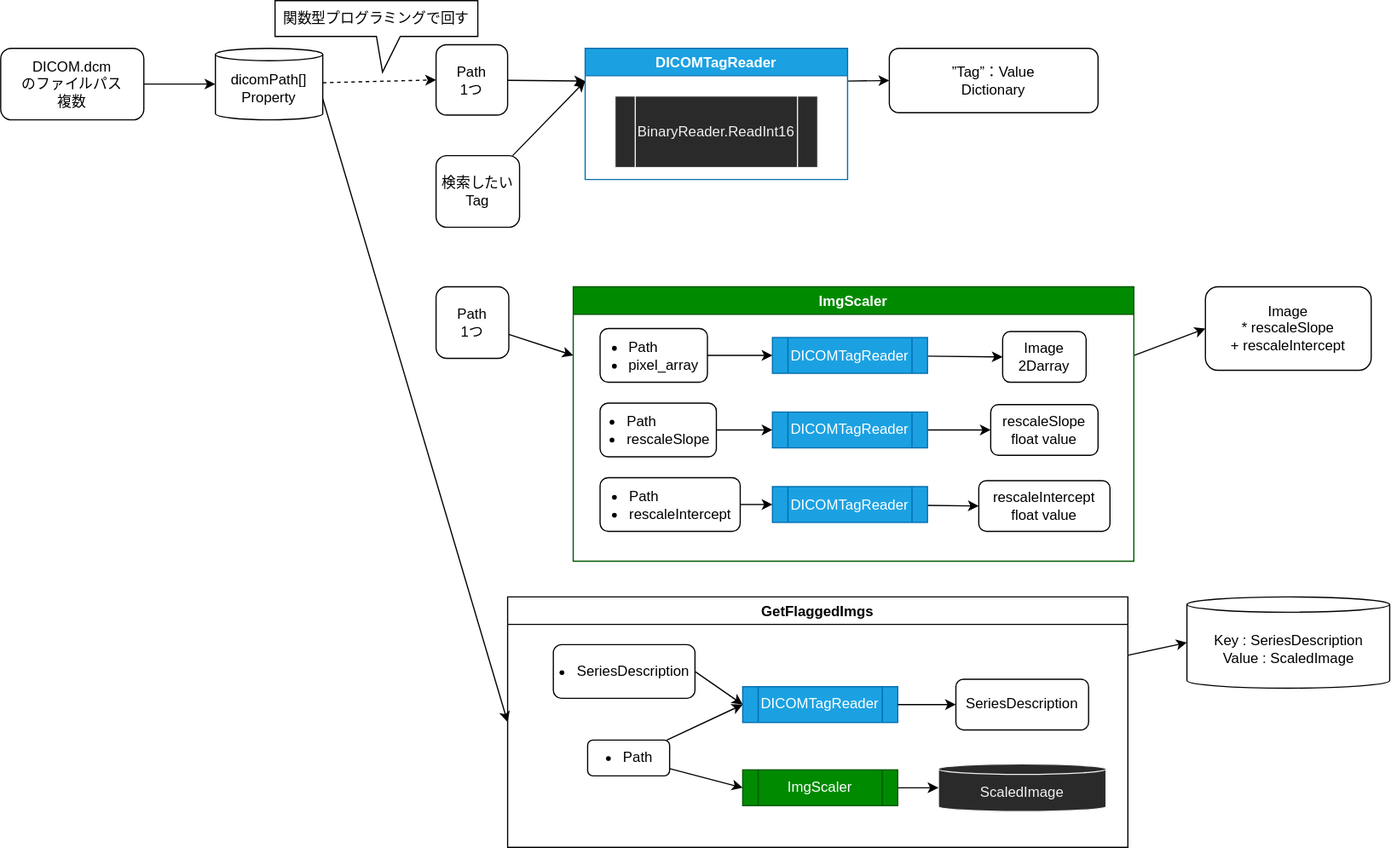
Earlier version of the draw.io export DICOMReader.drawio.svg (nawaday-code/Protector_controller). Source tidied: cells renumbered, new cells last; positions are measured from the earlier drawing's top-left corner, leaving out a move shared by most shapes.
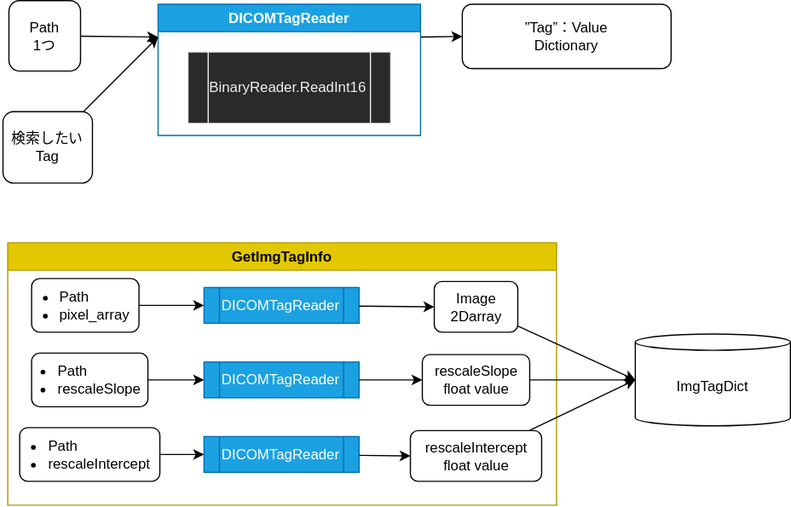
The same file after the commit.

What changed in the source:
```diff
@@ -2,12 +2,6 @@
   <root>
     <mxCell id="0" />
     <mxCell id="1" parent="0" />
-    <mxCell id="2" style="edgeStyle=none;html=1;entryX=0;entryY=0.5;entryDx=0;entryDy=0;entryPerimeter=0;" parent="1" edge="1" source="3" target="9">
-      <mxGeometry relative="1" as="geometry" />
-    </mxCell>
-    <mxCell id="3" value="DICOM.dcm&lt;br&gt;のファイルパス&lt;br&gt;複数" style="rounded=1;whiteSpace=wrap;html=1;" parent="1" vertex="1">
-      <mxGeometry y="40" width="120" height="60" as="geometry" />
-    </mxCell>
     <mxCell id="4" style="edgeStyle=none;html=1;exitX=1;exitY=0.25;exitDx=0;exitDy=0;entryX=0;entryY=0.5;entryDx=0;entryDy=0;startArrow=none;startFill=0;" parent="1" edge="1" source="5" target="32">
       <mxGeometry relative="1" as="geometry" />
     </mxCell>
@@ -17,134 +11,80 @@
     <mxCell id="6" value="BinaryReader.ReadInt16" style="shape=process;whiteSpace=wrap;html=1;backgroundOutline=1;fontFamily=Helvetica;fontSize=12;fontColor=#f0f0f0;align=center;strokeColor=#f0f0f0;fillColor=#2a2a2a;" parent="5" vertex="1">
       <mxGeometry x="25" y="40" width="170" height="60" as="geometry" />
     </mxCell>
-    <mxCell id="7" style="edgeStyle=none;html=1;entryX=0;entryY=0.5;entryDx=0;entryDy=0;startArrow=none;startFill=0;dashed=1;" parent="1" edge="1" source="9" target="11">
-      <mxGeometry relative="1" as="geometry" />
-    </mxCell>
-    <mxCell id="8" style="edgeStyle=none;html=1;exitX=1;exitY=0;exitDx=0;exitDy=42.399993896484375;exitPerimeter=0;entryX=0;entryY=0.5;entryDx=0;entryDy=0;" parent="1" edge="1" source="9" target="37">
-      <mxGeometry relative="1" as="geometry" />
-    </mxCell>
-    <mxCell id="9" value="dicomPath[]&lt;br&gt;Property" style="shape=cylinder3;whiteSpace=wrap;html=1;boundedLbl=1;backgroundOutline=1;size=5.20001220703125;" parent="1" vertex="1">
-      <mxGeometry x="180" y="40" width="90" height="60" as="geometry" />
-    </mxCell>
     <mxCell id="10" style="edgeStyle=none;html=1;entryX=0;entryY=0.25;entryDx=0;entryDy=0;" parent="1" edge="1" source="11" target="5">
       <mxGeometry relative="1" as="geometry" />
     </mxCell>
     <mxCell id="11" value="Path&lt;br&gt;1つ" style="rounded=1;whiteSpace=wrap;html=1;" parent="1" vertex="1">
       <mxGeometry x="365" y="37" width="60" height="59" as="geometry" />
     </mxCell>
-    <mxCell id="12" value="関数型プログラミングで回す" style="shape=callout;whiteSpace=wrap;html=1;perimeter=calloutPerimeter;position2=0.53;" parent="1" vertex="1">
-      <mxGeometry x="230" width="170" height="60" as="geometry" />
-    </mxCell>
     <mxCell id="13" style="edgeStyle=none;html=1;entryX=0;entryY=0.25;entryDx=0;entryDy=0;startArrow=none;startFill=0;" parent="1" edge="1" source="14" target="5">
       <mxGeometry relative="1" as="geometry" />
     </mxCell>
     <mxCell id="14" value="検索したいTag" style="rounded=1;whiteSpace=wrap;html=1;" parent="1" vertex="1">
-      <mxGeometry x="365" y="130" width="70" height="60" as="geometry" />
+      <mxGeometry x="360" y="130" width="75" height="60" as="geometry" />
     </mxCell>
-    <mxCell id="15" style="edgeStyle=none;html=1;exitX=1;exitY=0.25;exitDx=0;exitDy=0;entryX=0;entryY=0.5;entryDx=0;entryDy=0;startArrow=none;startFill=0;" parent="1" edge="1" source="16" target="35">
-      <mxGeometry relative="1" as="geometry" />
-    </mxCell>
-    <mxCell id="16" value="ImgScaler" style="swimlane;fillColor=#008a00;strokeColor=#005700;fontColor=#ffffff;" parent="1" vertex="1">
-      <mxGeometry x="480" y="240" width="470" height="230" as="geometry" />
-    </mxCell>
-    <mxCell id="17" style="edgeStyle=none;html=1;entryX=0;entryY=0.5;entryDx=0;entryDy=0;startArrow=none;startFill=0;" parent="16" edge="1" source="18" target="29">
-      <mxGeometry relative="1" as="geometry" />
-    </mxCell>
-    <mxCell id="18" value="DICOMTagReader" style="shape=process;whiteSpace=wrap;html=1;backgroundOutline=1;fillColor=#1ba1e2;strokeColor=#006EAF;fontColor=#ffffff;" parent="16" vertex="1">
-      <mxGeometry x="167" y="42.5" width="130" height="30" as="geometry" />
-    </mxCell>
-    <mxCell id="19" style="edgeStyle=none;html=1;exitX=1;exitY=0.5;exitDx=0;exitDy=0;entryX=0;entryY=0.5;entryDx=0;entryDy=0;startArrow=none;startFill=0;" parent="16" edge="1" source="20" target="18">
-      <mxGeometry relative="1" as="geometry" />
-    </mxCell>
+    <mxCell id="32" value="”Tag”：Value&lt;br&gt;Dictionary" style="rounded=1;whiteSpace=wrap;html=1;" parent="1" vertex="1">
+      <mxGeometry x="745" y="40" width="175" height="54" as="geometry" />
+    </mxCell>
+    <mxCell id="50" value="GetImgTagInfo" style="swimlane;fillColor=#e3c800;strokeColor=#B09500;fontColor=#000000;" parent="1" vertex="1">
+      <mxGeometry x="364" y="240" width="460" height="220" as="geometry" />
+    </mxCell>
+    <mxCell id="47" value="DICOMTagReader" style="shape=process;whiteSpace=wrap;html=1;backgroundOutline=1;fillColor=#1ba1e2;strokeColor=#006EAF;fontColor=#ffffff;" parent="50" vertex="1">
+      <mxGeometry x="164.5" y="162.5" width="130" height="30" as="geometry" />
+    </mxCell>
+    <mxCell id="31" value="rescaleIntercept&lt;br&gt;float value" style="rounded=1;whiteSpace=wrap;html=1;" parent="50" vertex="1">
+      <mxGeometry x="337.5" y="157.5" width="110" height="42.5" as="geometry" />
+    </mxCell>
+    <mxCell id="51" style="edgeStyle=none;html=1;entryX=0;entryY=0.5;entryDx=0;entryDy=0;" parent="50" edge="1" source="47" target="31">
+      <mxGeometry relative="1" as="geometry" />
+    </mxCell>
-    <mxCell id="20" value="&lt;ul&gt;&lt;li style=&quot;text-align: left&quot;&gt;&lt;span&gt;Path&lt;/span&gt;&lt;/li&gt;&lt;li style=&quot;text-align: left&quot;&gt;pixel_array&lt;/li&gt;&lt;/ul&gt;" style="rounded=1;whiteSpace=wrap;html=1;labelPosition=center;verticalLabelPosition=middle;align=center;verticalAlign=middle;textDirection=ltr;spacing=2;spacingLeft=-24;" parent="16" vertex="1">
-      <mxGeometry x="22.5" y="35" width="90" height="45" as="geometry" />
+    <mxCell id="20" value="&lt;ul&gt;&lt;li style=&quot;text-align: left&quot;&gt;&lt;span&gt;Path&lt;/span&gt;&lt;/li&gt;&lt;li style=&quot;text-align: left&quot;&gt;pixel_array&lt;/li&gt;&lt;/ul&gt;" style="rounded=1;whiteSpace=wrap;html=1;labelPosition=center;verticalLabelPosition=middle;align=center;verticalAlign=middle;textDirection=ltr;spacing=2;spacingLeft=-24;" parent="50" vertex="1">
+      <mxGeometry x="20" y="30" width="90" height="45" as="geometry" />
     </mxCell>
-    <mxCell id="21" style="edgeStyle=none;html=1;entryX=0;entryY=0.5;entryDx=0;entryDy=0;startArrow=none;startFill=0;" parent="16" edge="1" source="22" target="30">
-      <mxGeometry relative="1" as="geometry" />
-    </mxCell>
-    <mxCell id="22" value="DICOMTagReader" style="shape=process;whiteSpace=wrap;html=1;backgroundOutline=1;fillColor=#1ba1e2;strokeColor=#006EAF;fontColor=#ffffff;" parent="16" vertex="1">
-      <mxGeometry x="167" y="105" width="130" height="30" as="geometry" />
-    </mxCell>
-    <mxCell id="23" style="edgeStyle=none;html=1;exitX=1;exitY=0.5;exitDx=0;exitDy=0;entryX=0;entryY=0.5;entryDx=0;entryDy=0;startArrow=none;startFill=0;" parent="16" edge="1" source="24" target="22">
-      <mxGeometry relative="1" as="geometry" />
-    </mxCell>
+    <mxCell id="52" value="DICOMTagReader" style="shape=process;whiteSpace=wrap;html=1;backgroundOutline=1;fillColor=#1ba1e2;strokeColor=#006EAF;fontColor=#ffffff;" parent="50" vertex="1">
+      <mxGeometry x="164.5" y="37.5" width="130" height="30" as="geometry" />
+    </mxCell>
+    <mxCell id="53" style="edgeStyle=none;html=1;" parent="50" edge="1" source="20" target="52">
+      <mxGeometry relative="1" as="geometry" />
+    </mxCell>
+    <mxCell id="29" value="Image&lt;br&gt;2Darray" style="rounded=1;whiteSpace=wrap;html=1;" parent="50" vertex="1">
+      <mxGeometry x="357.5" y="32.5" width="70" height="42.5" as="geometry" />
+    </mxCell>
+    <mxCell id="54" style="edgeStyle=none;html=1;entryX=0;entryY=0.5;entryDx=0;entryDy=0;" parent="50" edge="1" source="52" target="29">
+      <mxGeometry relative="1" as="geometry" />
+    </mxCell>
-    <mxCell id="24" value="&lt;ul&gt;&lt;li style=&quot;text-align: left&quot;&gt;&lt;span&gt;Path&lt;/span&gt;&lt;/li&gt;&lt;li style=&quot;text-align: left&quot;&gt;rescaleSlope&lt;/li&gt;&lt;/ul&gt;" style="rounded=1;whiteSpace=wrap;html=1;labelPosition=center;verticalLabelPosition=middle;align=center;verticalAlign=middle;textDirection=ltr;spacing=2;spacingLeft=-24;" parent="16" vertex="1">
-      <mxGeometry x="22.5" y="97.5" width="97.5" height="45" as="geometry" />
+    <mxCell id="24" value="&lt;ul&gt;&lt;li style=&quot;text-align: left&quot;&gt;&lt;span&gt;Path&lt;/span&gt;&lt;/li&gt;&lt;li style=&quot;text-align: left&quot;&gt;rescaleSlope&lt;/li&gt;&lt;/ul&gt;" style="rounded=1;whiteSpace=wrap;html=1;labelPosition=center;verticalLabelPosition=middle;align=center;verticalAlign=middle;textDirection=ltr;spacing=2;spacingLeft=-24;" parent="50" vertex="1">
+      <mxGeometry x="20" y="92.5" width="97.5" height="45" as="geometry" />
     </mxCell>
-    <mxCell id="25" style="edgeStyle=none;html=1;entryX=0;entryY=0.5;entryDx=0;entryDy=0;startArrow=none;startFill=0;" parent="16" edge="1" source="26" target="31">
-      <mxGeometry relative="1" as="geometry" />
-    </mxCell>
-    <mxCell id="26" value="DICOMTagReader" style="shape=process;whiteSpace=wrap;html=1;backgroundOutline=1;fillColor=#1ba1e2;strokeColor=#006EAF;fontColor=#ffffff;" parent="16" vertex="1">
-      <mxGeometry x="167" y="167.5" width="130" height="30" as="geometry" />
-    </mxCell>
-    <mxCell id="27" style="edgeStyle=none;html=1;exitX=1;exitY=0.5;exitDx=0;exitDy=0;entryX=0;entryY=0.5;entryDx=0;entryDy=0;startArrow=none;startFill=0;" parent="16" edge="1" source="28" target="26">
-      <mxGeometry relative="1" as="geometry" />
-    </mxCell>
+    <mxCell id="55" value="DICOMTagReader" style="shape=process;whiteSpace=wrap;html=1;backgroundOutline=1;fillColor=#1ba1e2;strokeColor=#006EAF;fontColor=#ffffff;" parent="50" vertex="1">
+      <mxGeometry x="164.5" y="100" width="130" height="30" as="geometry" />
+    </mxCell>
+    <mxCell id="56" style="edgeStyle=none;html=1;entryX=0;entryY=0.5;entryDx=0;entryDy=0;" parent="50" edge="1" source="24" target="55">
+      <mxGeometry relative="1" as="geometry" />
+    </mxCell>
+    <mxCell id="30" value="rescaleSlope&lt;br&gt;float value" style="rounded=1;whiteSpace=wrap;html=1;" parent="50" vertex="1">
+      <mxGeometry x="347.5" y="93.8" width="90" height="42.5" as="geometry" />
+    </mxCell>
+    <mxCell id="57" style="edgeStyle=none;html=1;entryX=0;entryY=0.5;entryDx=0;entryDy=0;" parent="50" edge="1" source="55" target="30">
+      <mxGeometry relative="1" as="geometry" />
+    </mxCell>
+    <mxCell id="58" style="edgeStyle=none;html=1;entryX=0;entryY=0.5;entryDx=0;entryDy=0;" parent="50" edge="1" source="28" target="47">
+      <mxGeometry relative="1" as="geometry" />
+    </mxCell>
-    <mxCell id="28" value="&lt;ul&gt;&lt;li style=&quot;text-align: left&quot;&gt;&lt;span&gt;Path&lt;/span&gt;&lt;/li&gt;&lt;li style=&quot;text-align: left&quot;&gt;rescaleIntercept&lt;/li&gt;&lt;/ul&gt;" style="rounded=1;whiteSpace=wrap;html=1;labelPosition=center;verticalLabelPosition=middle;align=center;verticalAlign=middle;textDirection=ltr;spacing=2;spacingLeft=-24;" parent="16" vertex="1">
-      <mxGeometry x="22.5" y="160" width="117.5" height="45" as="geometry" />
+    <mxCell id="28" value="&lt;ul&gt;&lt;li style=&quot;text-align: left&quot;&gt;&lt;span&gt;Path&lt;/span&gt;&lt;/li&gt;&lt;li style=&quot;text-align: left&quot;&gt;rescaleIntercept&lt;/li&gt;&lt;/ul&gt;" style="rounded=1;whiteSpace=wrap;html=1;labelPosition=center;verticalLabelPosition=middle;align=center;verticalAlign=middle;textDirection=ltr;spacing=2;spacingLeft=-24;" parent="50" vertex="1">
+      <mxGeometry x="10" y="155" width="117.5" height="45" as="geometry" />
     </mxCell>
-    <mxCell id="29" value="Image&lt;br&gt;2Darray" style="rounded=1;whiteSpace=wrap;html=1;" parent="16" vertex="1">
-      <mxGeometry x="360" y="37.5" width="70" height="42.5" as="geometry" />
-    </mxCell>
-    <mxCell id="30" value="rescaleSlope&lt;br&gt;float value" style="rounded=1;whiteSpace=wrap;html=1;" parent="16" vertex="1">
-      <mxGeometry x="350" y="98.8" width="90" height="42.5" as="geometry" />
-    </mxCell>
-    <mxCell id="31" value="rescaleIntercept&lt;br&gt;float value" style="rounded=1;whiteSpace=wrap;html=1;" parent="16" vertex="1">
-      <mxGeometry x="340" y="162.5" width="110" height="42.5" as="geometry" />
-    </mxCell>
-    <mxCell id="32" value="”Tag”：Value&lt;br&gt;Dictionary" style="rounded=1;whiteSpace=wrap;html=1;" parent="1" vertex="1">
-      <mxGeometry x="745" y="40" width="175" height="54" as="geometry" />
-    </mxCell>
-    <mxCell id="33" style="edgeStyle=none;html=1;entryX=0;entryY=0.25;entryDx=0;entryDy=0;startArrow=none;startFill=0;" parent="1" edge="1" source="34" target="16">
-      <mxGeometry relative="1" as="geometry" />
-    </mxCell>
-    <mxCell id="34" value="Path&lt;br&gt;1つ" style="rounded=1;whiteSpace=wrap;html=1;" parent="1" vertex="1">
-      <mxGeometry x="365" y="240" width="61" height="60" as="geometry" />
-    </mxCell>
-    <mxCell id="35" value="Image&lt;br&gt;&amp;nbsp;* rescaleSlope&lt;br&gt;&amp;nbsp;+ rescaleIntercept" style="rounded=1;whiteSpace=wrap;html=1;" parent="1" vertex="1">
-      <mxGeometry x="1010" y="240" width="139" height="70" as="geometry" />
-    </mxCell>
-    <mxCell id="36" style="edgeStyle=none;html=1;entryX=0;entryY=0.5;entryDx=0;entryDy=0;entryPerimeter=0;" parent="1" edge="1" source="37" target="49">
-      <mxGeometry relative="1" as="geometry" />
-    </mxCell>
-    <mxCell id="37" value="GetFlaggedImgs" style="swimlane;" parent="1" vertex="1">
-      <mxGeometry x="425" y="500" width="520" height="210" as="geometry" />
-    </mxCell>
-    <mxCell id="38" value="SeriesDescription" style="rounded=1;whiteSpace=wrap;html=1;" parent="37" vertex="1">
-      <mxGeometry x="375.8" y="69" width="111.2" height="42.5" as="geometry" />
-    </mxCell>
-    <mxCell id="39" value="DICOMTagReader" style="shape=process;whiteSpace=wrap;html=1;backgroundOutline=1;fillColor=#1ba1e2;strokeColor=#006EAF;fontColor=#ffffff;" parent="37" vertex="1">
-      <mxGeometry x="197.1" y="75.2" width="130" height="30" as="geometry" />
-    </mxCell>
-    <mxCell id="40" value="&lt;ul&gt;&lt;li style=&quot;text-align: left&quot;&gt;SeriesDescription&lt;/li&gt;&lt;/ul&gt;" style="rounded=1;whiteSpace=wrap;html=1;labelPosition=center;verticalLabelPosition=middle;align=center;verticalAlign=middle;textDirection=ltr;spacing=2;spacingLeft=-24;" parent="37" vertex="1">
-      <mxGeometry x="38.3" y="40" width="118.8" height="45" as="geometry" />
-    </mxCell>
-    <mxCell id="41" value="ScaledImage" style="shape=cylinder3;whiteSpace=wrap;html=1;boundedLbl=1;backgroundOutline=1;size=4.4000091552734375;fontFamily=Helvetica;fontSize=12;fontColor=#f0f0f0;align=center;strokeColor=#f0f0f0;fillColor=#2a2a2a;" parent="37" vertex="1">
-      <mxGeometry x="361.2" y="140" width="140.5" height="40" as="geometry" />
-    </mxCell>
-    <mxCell id="42" style="edgeStyle=none;html=1;entryX=0;entryY=0.5;entryDx=0;entryDy=0;startArrow=none;startFill=0;" parent="37" edge="1" source="39" target="38">
-      <mxGeometry relative="1" as="geometry" />
-    </mxCell>
-    <mxCell id="43" style="edgeStyle=none;html=1;exitX=1;exitY=0.5;exitDx=0;exitDy=0;entryX=0;entryY=0.5;entryDx=0;entryDy=0;startArrow=none;startFill=0;" parent="37" edge="1" source="40" target="39">
-      <mxGeometry relative="1" as="geometry" />
-    </mxCell>
-    <mxCell id="44" style="edgeStyle=none;html=1;entryX=0;entryY=0.5;entryDx=0;entryDy=0;entryPerimeter=0;" parent="37" edge="1" source="45" target="41">
-      <mxGeometry relative="1" as="geometry" />
-    </mxCell>
-    <mxCell id="45" value="ImgScaler" style="shape=process;whiteSpace=wrap;html=1;backgroundOutline=1;fillColor=#008a00;strokeColor=#005700;fontColor=#ffffff;" parent="37" vertex="1">
-      <mxGeometry x="197.1" y="145" width="130" height="30" as="geometry" />
-    </mxCell>
-    <mxCell id="46" style="edgeStyle=none;html=1;entryX=0;entryY=0.5;entryDx=0;entryDy=0;" parent="37" edge="1" source="48" target="39">
-      <mxGeometry relative="1" as="geometry" />
-    </mxCell>
-    <mxCell id="47" style="edgeStyle=none;html=1;entryX=0;entryY=0.5;entryDx=0;entryDy=0;" parent="37" edge="1" source="48" target="45">
-      <mxGeometry relative="1" as="geometry" />
-    </mxCell>
-    <mxCell id="48" value="&lt;ul&gt;&lt;li style=&quot;text-align: left&quot;&gt;Path&lt;/li&gt;&lt;/ul&gt;" style="rounded=1;whiteSpace=wrap;html=1;labelPosition=center;verticalLabelPosition=middle;align=center;verticalAlign=middle;textDirection=ltr;spacing=2;spacingLeft=-24;" parent="37" vertex="1">
-      <mxGeometry x="67.1" y="120" width="68.8" height="30" as="geometry" />
-    </mxCell>
-    <mxCell id="49" value="Key : SeriesDescription&lt;br&gt;Value : ScaledImage" style="shape=cylinder3;whiteSpace=wrap;html=1;boundedLbl=1;backgroundOutline=1;size=6.4000244140625;" parent="1" vertex="1">
-      <mxGeometry x="994.5" y="500" width="170" height="76.5" as="geometry" />
-    </mxCell>
+    <mxCell id="59" value="ImgTagDict" style="shape=cylinder3;whiteSpace=wrap;html=1;boundedLbl=1;backgroundOutline=1;size=6.823550953584629;" parent="1" vertex="1">
+      <mxGeometry x="890" y="316.5" width="130" height="77" as="geometry" />
+    </mxCell>
+    <mxCell id="60" style="edgeStyle=none;html=1;entryX=0;entryY=0.5;entryDx=0;entryDy=0;entryPerimeter=0;" parent="1" edge="1" source="29" target="59">
+      <mxGeometry relative="1" as="geometry" />
+    </mxCell>
+    <mxCell id="61" style="edgeStyle=none;html=1;entryX=0;entryY=0.5;entryDx=0;entryDy=0;entryPerimeter=0;" parent="1" edge="1" source="30" target="59">
+      <mxGeometry relative="1" as="geometry" />
+    </mxCell>
+    <mxCell id="62" style="edgeStyle=none;html=1;entryX=0;entryY=0.5;entryDx=0;entryDy=0;entryPerimeter=0;" parent="1" edge="1" source="31" target="59">
+      <mxGeometry relative="1" as="geometry" />
+    </mxCell>
   </root>
 </mxGraphModel>
```
